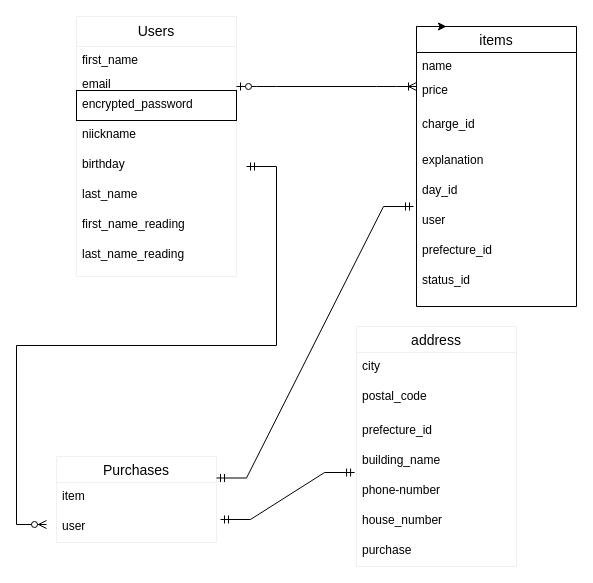
Earlier version of the draw.io diagram test.dio (1090dopl/furima-37280). Source tidied: cells renumbered, new cells numbered last; positions are measured from the earlier drawing's top-left corner, leaving out a move shared by most shapes. Both pictures are drawn from the tidied source at 100%, with x=0, y=0 at pixel (46, 16).
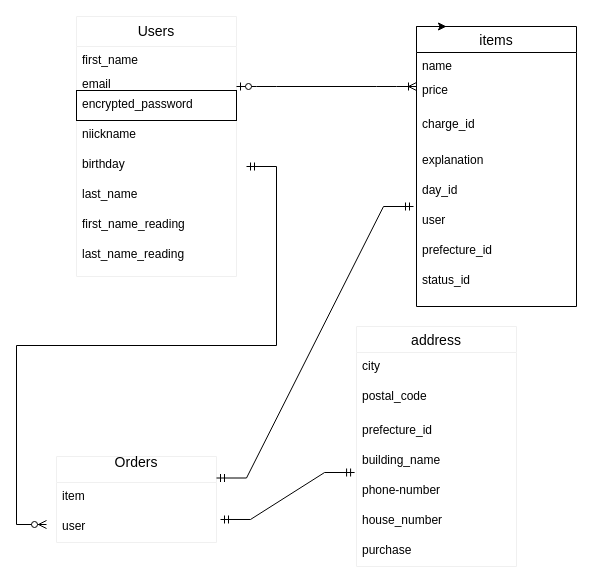
Above is the later version.

The edit, as a diff of the source:
```diff
@@
-    <mxCell id="2" value="Purchases" style="swimlane;fontStyle=0;horizontal=1;startSize=26;align=center;fontSize=14;strokeColor=#F0F0F0;strokeWidth=1;fillColor=none;" parent="1" vertex="1">
+    <mxCell id="2" value="Orders&#10;" style="swimlane;fontStyle=0;horizontal=1;startSize=26;align=center;fontSize=14;strokeColor=#F0F0F0;strokeWidth=1;fillColor=none;" parent="1" vertex="1">
       <mxGeometry x="10" y="440" width="160" height="86" as="geometry" />
     </mxCell>
```
